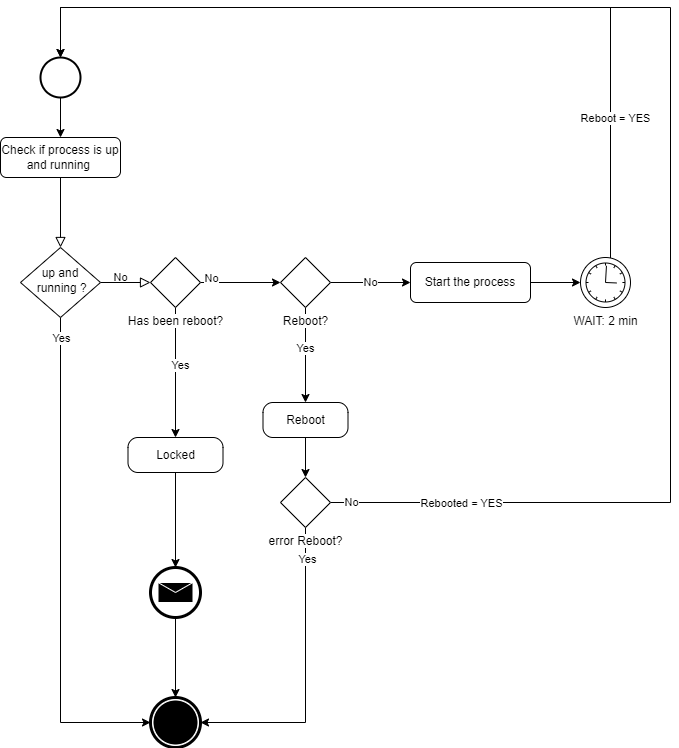
Above: infopoints.png in fermenreq/infopoint (draw.io), before the change. Source tidied: cells renumbered, new cells last; positions are measured from the earlier drawing's top-left corner, leaving out a move shared by most shapes.
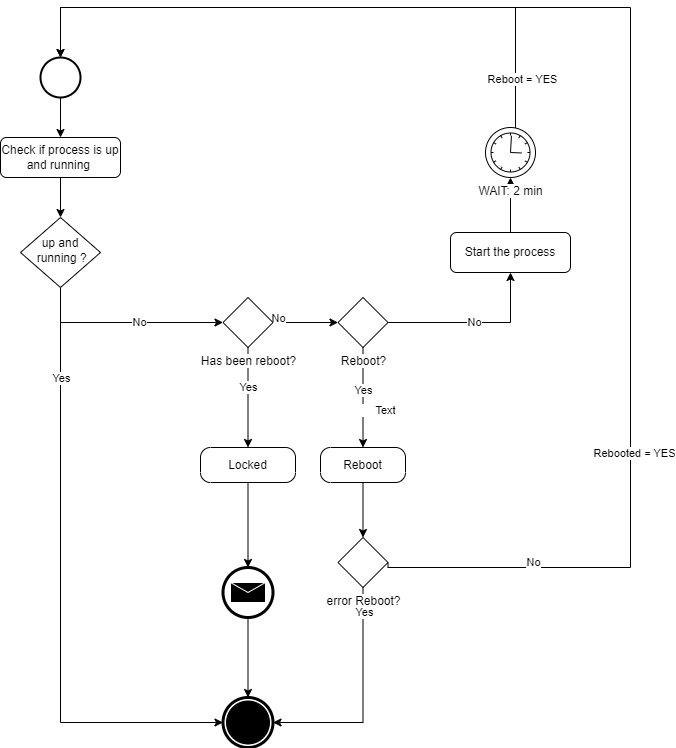
The same file after the commit.

Change to the diagram source:
```diff
@@ -2,104 +2,115 @@
   <root>
     <mxCell id="0" />
     <mxCell id="1" parent="0" />
-    <mxCell id="2" style="rounded=0;html=1;jettySize=auto;fontSize=11;endArrow=block;endFill=0;endSize=8;strokeWidth=1;shadow=0;labelBackgroundColor=none;edgeStyle=orthogonalEdgeStyle;" parent="1" edge="1" source="3" target="7">
+    <mxCell id="2" style="edgeStyle=orthogonalEdgeStyle;rounded=0;jettySize=auto;html=1;" parent="1" edge="1" source="3" target="7">
       <mxGeometry relative="1" as="geometry" />
     </mxCell>
     <mxCell id="3" value="Check if process is up and running&amp;nbsp;" style="rounded=1;whiteSpace=wrap;html=1;fontSize=12;glass=0;strokeWidth=1;shadow=0;" parent="1" vertex="1">
-      <mxGeometry y="130" width="120" height="40" as="geometry" />
+      <mxGeometry x="-40" y="130" width="120" height="40" as="geometry" />
     </mxCell>
-    <mxCell id="4" value="No" style="edgeStyle=orthogonalEdgeStyle;rounded=0;html=1;jettySize=auto;fontSize=11;endArrow=block;endFill=0;endSize=8;strokeWidth=1;shadow=0;labelBackgroundColor=none;entryX=0;entryY=0.5;entryDx=0;entryDy=0;entryPerimeter=0;" parent="1" edge="1" source="7" target="29">
-      <mxGeometry x="-0.2" y="5" relative="1" as="geometry" />
-    </mxCell>
     <mxCell id="5" style="edgeStyle=orthogonalEdgeStyle;rounded=0;jettySize=auto;html=1;entryX=0;entryY=0.5;entryDx=0;entryDy=0;entryPerimeter=0;" parent="1" edge="1" source="7" target="12">
       <mxGeometry relative="1" as="geometry">
         <Array as="points">
-          <mxPoint x="60" y="715" />
+          <mxPoint x="20" y="715" />
         </Array>
       </mxGeometry>
     </mxCell>
     <mxCell id="6" value="Yes" style="edgeLabel;html=1;align=center;verticalAlign=middle;" parent="5" vertex="1">
       <mxGeometry x="-0.51" y="2" relative="1" as="geometry">
-        <mxPoint x="-2" y="-100" as="offset" />
+        <mxPoint x="-2" y="-55" as="offset" />
       </mxGeometry>
     </mxCell>
+    <mxCell id="4" value="No" style="edgeStyle=orthogonalEdgeStyle;rounded=0;jettySize=auto;html=1;entryX=0;entryY=0.5;entryDx=0;entryDy=0;entryPerimeter=0;" parent="1" edge="1" target="29">
+      <mxGeometry relative="1" as="geometry">
+        <mxPoint x="20" y="320" as="sourcePoint" />
+        <Array as="points">
+          <mxPoint x="20" y="315" />
+        </Array>
+      </mxGeometry>
+    </mxCell>
     <mxCell id="7" value="up and&lt;br&gt;&amp;nbsp;running ?" style="rhombus;whiteSpace=wrap;html=1;shadow=0;fontFamily=Helvetica;fontSize=12;align=center;strokeWidth=1;spacing=6;spacingTop=-4;" parent="1" vertex="1">
-      <mxGeometry x="20" y="240" width="80" height="70" as="geometry" />
+      <mxGeometry x="-20" y="210" width="80" height="70" as="geometry" />
     </mxCell>
-    <mxCell id="8" style="edgeStyle=orthogonalEdgeStyle;rounded=0;jettySize=auto;html=1;exitX=1;exitY=0.5;exitDx=0;exitDy=0;" parent="1" edge="1" source="9" target="15">
+    <mxCell id="8" style="edgeStyle=orthogonalEdgeStyle;rounded=0;jettySize=auto;html=1;" parent="1" edge="1" source="9" target="15">
       <mxGeometry relative="1" as="geometry" />
     </mxCell>
     <mxCell id="9" value="Start the process" style="rounded=1;whiteSpace=wrap;html=1;fontSize=12;glass=0;strokeWidth=1;shadow=0;" parent="1" vertex="1">
-      <mxGeometry x="410" y="255" width="120" height="40" as="geometry" />
+      <mxGeometry x="410" y="225" width="120" height="40" as="geometry" />
     </mxCell>
     <mxCell id="10" style="edgeStyle=orthogonalEdgeStyle;rounded=0;jettySize=auto;html=1;" parent="1" edge="1" source="11" target="3">
       <mxGeometry relative="1" as="geometry" />
     </mxCell>
     <mxCell id="11" style="strokeWidth=2;html=1;shape=mxgraph.flowchart.start_2;whiteSpace=wrap;" parent="1" vertex="1">
-      <mxGeometry x="40" y="50" width="40" height="40" as="geometry" />
+      <mxGeometry y="50" width="40" height="40" as="geometry" />
     </mxCell>
     <mxCell id="12" style="points=[[0.145,0.145,0],[0.5,0,0],[0.855,0.145,0],[1,0.5,0],[0.855,0.855,0],[0.5,1,0],[0.145,0.855,0],[0,0.5,0]];shape=mxgraph.bpmn.event;html=1;verticalLabelPosition=bottom;labelBackgroundColor=#ffffff;verticalAlign=top;align=center;perimeter=ellipsePerimeter;outlineConnect=0;outline=end;symbol=terminate;" parent="1" vertex="1">
-      <mxGeometry x="150" y="690" width="50" height="50" as="geometry" />
+      <mxGeometry x="182.5" y="690" width="50" height="50" as="geometry" />
     </mxCell>
     <mxCell id="13" style="edgeStyle=orthogonalEdgeStyle;rounded=0;jettySize=auto;html=1;entryX=0.5;entryY=0;entryDx=0;entryDy=0;entryPerimeter=0;" parent="1" edge="1" source="15" target="11">
       <mxGeometry x="-0.33" y="90" relative="1" as="geometry">
         <Array as="points">
-          <mxPoint x="610" />
-          <mxPoint x="60" />
+          <mxPoint x="475" />
+          <mxPoint x="20" />
         </Array>
         <mxPoint x="-1" as="offset" />
       </mxGeometry>
     </mxCell>
     <mxCell id="14" value="Reboot = YES" style="edgeLabel;html=1;align=center;verticalAlign=middle;" parent="13" vertex="1">
-      <mxGeometry x="-0.67" y="-4" relative="1" as="geometry" />
+      <mxGeometry x="-0.67" y="-4" relative="1" as="geometry">
+        <mxPoint x="2" y="54" as="offset" />
+      </mxGeometry>
     </mxCell>
     <mxCell id="15" value="WAIT: 2 min" style="points=[[0.145,0.145,0],[0.5,0,0],[0.855,0.145,0],[1,0.5,0],[0.855,0.855,0],[0.5,1,0],[0.145,0.855,0],[0,0.5,0]];shape=mxgraph.bpmn.event;html=1;verticalLabelPosition=bottom;labelBackgroundColor=#ffffff;verticalAlign=top;align=center;perimeter=ellipsePerimeter;outlineConnect=0;outline=standard;symbol=timer;" parent="1" vertex="1">
-      <mxGeometry x="580" y="250" width="50" height="50" as="geometry" />
+      <mxGeometry x="445" y="120" width="50" height="50" as="geometry" />
     </mxCell>
     <mxCell id="16" value="No" style="edgeStyle=orthogonalEdgeStyle;rounded=0;jettySize=auto;html=1;" parent="1" edge="1" source="18" target="9">
       <mxGeometry relative="1" as="geometry" />
     </mxCell>
-    <mxCell id="17" value="Yes" style="edgeStyle=orthogonalEdgeStyle;rounded=0;jettySize=auto;html=1;entryX=0.5;entryY=0;entryDx=0;entryDy=0;entryPerimeter=0;" parent="1" edge="1" source="18" target="20">
+    <mxCell id="17" value="Yes" style="edgeStyle=orthogonalEdgeStyle;rounded=0;jettySize=auto;html=1;" parent="1" edge="1" source="18" target="20">
       <mxGeometry x="-0.13" relative="1" as="geometry" />
     </mxCell>
+    <mxCell id="34" value="&lt;blockquote style=&quot;margin: 0 0 0 40px; border: none; padding: 0px;&quot;&gt;Text&lt;/blockquote&gt;" style="edgeLabel;html=1;align=center;verticalAlign=middle;" parent="17" vertex="1">
+      <mxGeometry x="0.24" y="2" relative="1" as="geometry" />
+    </mxCell>
     <mxCell id="18" value="Reboot?" style="points=[[0.25,0.25,0],[0.5,0,0],[0.75,0.25,0],[1,0.5,0],[0.75,0.75,0],[0.5,1,0],[0.25,0.75,0],[0,0.5,0]];shape=mxgraph.bpmn.gateway2;html=1;verticalLabelPosition=bottom;labelBackgroundColor=#ffffff;verticalAlign=top;align=center;perimeter=rhombusPerimeter;outlineConnect=0;outline=none;symbol=none;" parent="1" vertex="1">
-      <mxGeometry x="280" y="250" width="50" height="50" as="geometry" />
+      <mxGeometry x="297.5" y="290" width="50" height="50" as="geometry" />
     </mxCell>
     <mxCell id="19" style="edgeStyle=orthogonalEdgeStyle;rounded=0;jettySize=auto;html=1;" parent="1" edge="1" source="20" target="25">
       <mxGeometry relative="1" as="geometry" />
     </mxCell>
     <mxCell id="20" value="Reboot" style="points=[[0.25,0,0],[0.5,0,0],[0.75,0,0],[1,0.25,0],[1,0.5,0],[1,0.75,0],[0.75,1,0],[0.5,1,0],[0.25,1,0],[0,0.75,0],[0,0.5,0],[0,0.25,0]];shape=mxgraph.bpmn.task;whiteSpace=wrap;rectStyle=rounded;size=10;taskMarker=abstract;" parent="1" vertex="1">
-      <mxGeometry x="262.5" y="395" width="85" height="35" as="geometry" />
+      <mxGeometry x="280" y="440" width="85" height="35" as="geometry" />
     </mxCell>
     <mxCell id="21" style="edgeStyle=orthogonalEdgeStyle;rounded=0;jettySize=auto;html=1;entryX=1;entryY=0.5;entryDx=0;entryDy=0;entryPerimeter=0;exitX=0.5;exitY=1;exitDx=0;exitDy=0;exitPerimeter=0;" parent="1" edge="1" source="25" target="12">
       <mxGeometry relative="1" as="geometry">
         <Array as="points">
-          <mxPoint x="305" y="715" />
+          <mxPoint x="323" y="715" />
         </Array>
       </mxGeometry>
     </mxCell>
     <mxCell id="22" value="Yes" style="edgeLabel;html=1;align=center;verticalAlign=middle;" parent="21" vertex="1">
       <mxGeometry x="-0.79" y="1" relative="1" as="geometry" />
     </mxCell>
-    <mxCell id="23" value="No" style="edgeStyle=orthogonalEdgeStyle;rounded=0;jettySize=auto;html=1;entryX=0.5;entryY=0;entryDx=0;entryDy=0;entryPerimeter=0;exitX=1;exitY=0.5;exitDx=0;exitDy=0;exitPerimeter=0;" parent="1" edge="1" source="25" target="11">
-      <mxGeometry x="-0.97" relative="1" as="geometry">
+    <mxCell id="23" value="No" style="edgeStyle=orthogonalEdgeStyle;rounded=0;jettySize=auto;html=1;exitX=1;exitY=0.5;exitDx=0;exitDy=0;exitPerimeter=0;" parent="1" edge="1" source="25" target="11">
+      <mxGeometry x="-0.79" y="5" relative="1" as="geometry">
         <Array as="points">
-          <mxPoint x="670" y="495" />
-          <mxPoint x="670" />
-          <mxPoint x="60" />
+          <mxPoint x="348" y="560" />
+          <mxPoint x="590" y="560" />
+          <mxPoint x="590" />
+          <mxPoint x="20" />
         </Array>
       </mxGeometry>
     </mxCell>
     <mxCell id="24" value="Rebooted = YES" style="edgeLabel;html=1;align=center;verticalAlign=middle;" parent="23" vertex="1">
       <mxGeometry x="-0.8" relative="1" as="geometry">
-        <mxPoint x="-23" as="offset" />
+        <mxPoint x="105" y="-115" as="offset" />
       </mxGeometry>
     </mxCell>
     <mxCell id="25" value="error Reboot?" style="points=[[0.25,0.25,0],[0.5,0,0],[0.75,0.25,0],[1,0.5,0],[0.75,0.75,0],[0.5,1,0],[0.25,0.75,0],[0,0.5,0]];shape=mxgraph.bpmn.gateway2;html=1;verticalLabelPosition=bottom;labelBackgroundColor=#ffffff;verticalAlign=top;align=center;perimeter=rhombusPerimeter;outlineConnect=0;outline=none;symbol=none;" parent="1" vertex="1">
-      <mxGeometry x="280" y="470" width="50" height="50" as="geometry" />
+      <mxGeometry x="297.5" y="530" width="50" height="50" as="geometry" />
     </mxCell>
     <mxCell id="26" value="Yes" style="edgeStyle=orthogonalEdgeStyle;rounded=0;jettySize=auto;html=1;entryX=0.5;entryY=0;entryDx=0;entryDy=0;entryPerimeter=0;" parent="1" edge="1" source="29" target="31">
-      <mxGeometry x="-0.11" y="5" relative="1" as="geometry" />
+      <mxGeometry x="-0.2" relative="1" as="geometry" />
     </mxCell>
     <mxCell id="27" style="edgeStyle=orthogonalEdgeStyle;rounded=0;jettySize=auto;html=1;entryX=0;entryY=0.5;entryDx=0;entryDy=0;entryPerimeter=0;" parent="1" edge="1" source="29" target="18">
       <mxGeometry relative="1" as="geometry" />
@@ -110,19 +121,19 @@
       </mxGeometry>
     </mxCell>
     <mxCell id="29" value="Has been reboot?" style="points=[[0.25,0.25,0],[0.5,0,0],[0.75,0.25,0],[1,0.5,0],[0.75,0.75,0],[0.5,1,0],[0.25,0.75,0],[0,0.5,0]];shape=mxgraph.bpmn.gateway2;html=1;verticalLabelPosition=bottom;labelBackgroundColor=#ffffff;verticalAlign=top;align=center;perimeter=rhombusPerimeter;outlineConnect=0;outline=none;symbol=none;" parent="1" vertex="1">
-      <mxGeometry x="150" y="250" width="50" height="50" as="geometry" />
+      <mxGeometry x="182.5" y="290" width="50" height="50" as="geometry" />
     </mxCell>
     <mxCell id="30" style="edgeStyle=orthogonalEdgeStyle;rounded=0;jettySize=auto;html=1;entryX=0.5;entryY=0;entryDx=0;entryDy=0;entryPerimeter=0;" parent="1" edge="1" source="31" target="33">
       <mxGeometry relative="1" as="geometry" />
     </mxCell>
     <mxCell id="31" value="Locked" style="points=[[0.25,0,0],[0.5,0,0],[0.75,0,0],[1,0.25,0],[1,0.5,0],[1,0.75,0],[0.75,1,0],[0.5,1,0],[0.25,1,0],[0,0.75,0],[0,0.5,0],[0,0.25,0]];shape=mxgraph.bpmn.task;whiteSpace=wrap;rectStyle=rounded;size=10;taskMarker=abstract;" parent="1" vertex="1">
-      <mxGeometry x="127.5" y="430" width="95" height="35" as="geometry" />
+      <mxGeometry x="160" y="440" width="95" height="35" as="geometry" />
     </mxCell>
     <mxCell id="32" style="edgeStyle=orthogonalEdgeStyle;rounded=0;jettySize=auto;html=1;" parent="1" edge="1" source="33" target="12">
       <mxGeometry relative="1" as="geometry" />
     </mxCell>
     <mxCell id="33" style="points=[[0.145,0.145,0],[0.5,0,0],[0.855,0.145,0],[1,0.5,0],[0.855,0.855,0],[0.5,1,0],[0.145,0.855,0],[0,0.5,0]];shape=mxgraph.bpmn.event;html=1;verticalLabelPosition=bottom;labelBackgroundColor=#ffffff;verticalAlign=top;align=center;perimeter=ellipsePerimeter;outlineConnect=0;outline=end;symbol=message;" parent="1" vertex="1">
-      <mxGeometry x="150" y="560" width="50" height="50" as="geometry" />
+      <mxGeometry x="182.5" y="560" width="50" height="50" as="geometry" />
     </mxCell>
   </root>
 </mxGraphModel>
```
